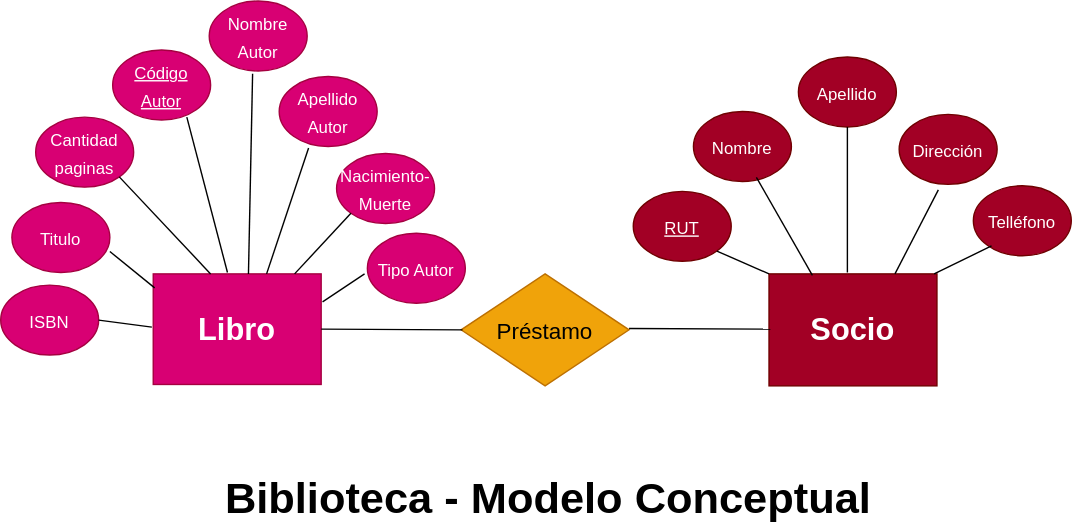
The draw.io diagram Modelo_conceptual.drawio.svg in marcelomolinamartinez/prueba_biblioteca, before a commit. Source tidied: cells renumbered, new cells last; positions are measured from the earlier drawing's top-left corner, leaving out a move shared by most shapes.
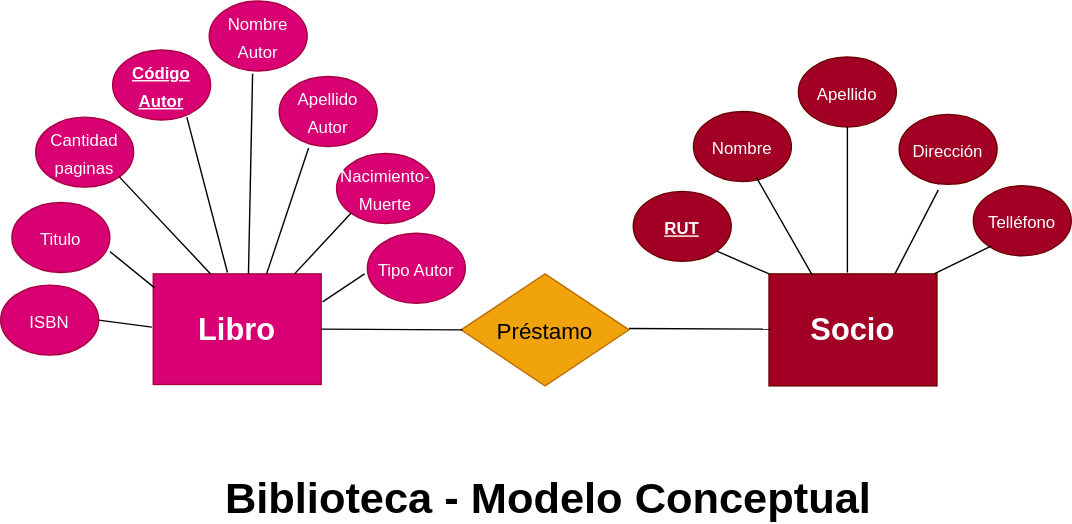
After the change.

Change to the diagram source:
```diff
@@ -28,7 +28,7 @@
     <mxCell id="8" value="&lt;font style=&quot;font-size: 12px&quot;&gt;Nombre Autor&lt;/font&gt;" style="ellipse;whiteSpace=wrap;html=1;fontSize=16;fillColor=#d80073;fontColor=#ffffff;strokeColor=#A50040;" parent="1" vertex="1">
       <mxGeometry x="149" width="70" height="50" as="geometry" />
     </mxCell>
-    <mxCell id="9" value="&lt;font style=&quot;font-size: 12px&quot;&gt;&lt;u&gt;Código Autor&lt;/u&gt;&lt;/font&gt;" style="ellipse;whiteSpace=wrap;html=1;fontSize=16;fillColor=#d80073;fontColor=#ffffff;strokeColor=#A50040;" parent="1" vertex="1">
+    <mxCell id="9" value="&lt;font style=&quot;font-size: 12px&quot;&gt;&lt;u&gt;&lt;b&gt;Código Autor&lt;/b&gt;&lt;/u&gt;&lt;/font&gt;" style="ellipse;whiteSpace=wrap;html=1;fontSize=16;fillColor=#d80073;fontColor=#ffffff;strokeColor=#A50040;" parent="1" vertex="1">
       <mxGeometry x="80" y="35" width="70" height="50" as="geometry" />
     </mxCell>
     <mxCell id="10" style="edgeStyle=orthogonalEdgeStyle;rounded=0;orthogonalLoop=1;jettySize=auto;html=1;exitX=0.5;exitY=1;exitDx=0;exitDy=0;fontSize=12;" parent="1" edge="1">
@@ -98,7 +98,7 @@
         <mxPoint x="108" y="233" as="targetPoint" />
       </mxGeometry>
     </mxCell>
-    <mxCell id="24" value="&lt;font style=&quot;font-size: 12px&quot;&gt;&lt;u&gt;RUT&lt;/u&gt;&lt;/font&gt;" style="ellipse;whiteSpace=wrap;html=1;fontSize=16;fillColor=#a20025;fontColor=#ffffff;strokeColor=#6F0000;" parent="1" vertex="1">
+    <mxCell id="24" value="&lt;font style=&quot;font-size: 12px&quot;&gt;&lt;u&gt;&lt;b&gt;RUT&lt;/b&gt;&lt;/u&gt;&lt;/font&gt;" style="ellipse;whiteSpace=wrap;html=1;fontSize=16;fillColor=#a20025;fontColor=#ffffff;strokeColor=#6F0000;" parent="1" vertex="1">
       <mxGeometry x="452" y="136" width="70" height="50" as="geometry" />
     </mxCell>
     <mxCell id="25" value="&lt;font style=&quot;font-size: 12px&quot;&gt;Nombre&lt;/font&gt;" style="ellipse;whiteSpace=wrap;html=1;fontSize=16;fillColor=#a20025;fontColor=#ffffff;strokeColor=#6F0000;" parent="1" vertex="1">
```
